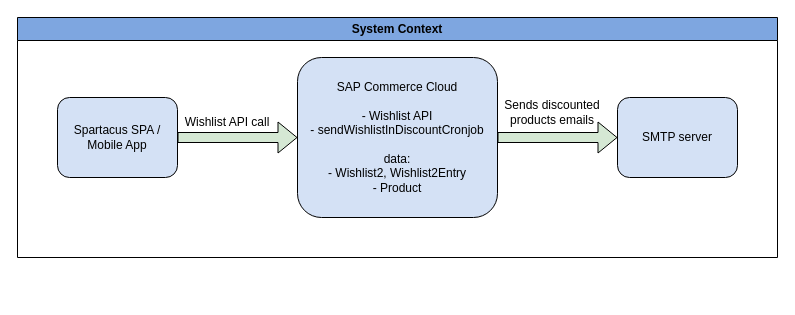
Above: graphs/baseline_conceptual_view.drawio in d-figuccia/draw-io (draw.io), before the change. Source tidied: cells renumbered, new cells numbered last; positions are measured from the earlier drawing's top-left corner, leaving out a move shared by most shapes. Both pictures are drawn from the tidied source at 100%, with x=0, y=0 at pixel (17, 17).
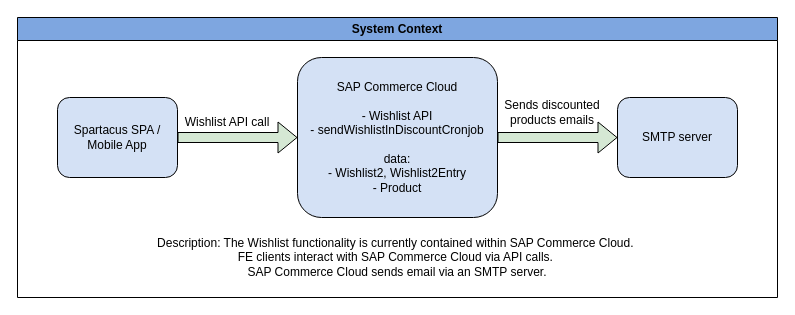
Above is the later version.

Change to the diagram source:
```diff
@@
 <mxGraphModel>
   <root>
     <mxCell id="0" />
     <mxCell id="1" parent="0" />
     <mxCell id="2" value="System Context" style="swimlane;whiteSpace=wrap;html=1;fillColor=#7EA6E0;" parent="1" vertex="1">
-      <mxGeometry width="760" height="240" as="geometry" />
+      <mxGeometry width="760" height="280" as="geometry" />
     </mxCell>
     <mxCell id="3" value="Spartacus SPA / Mobile App" style="rounded=1;whiteSpace=wrap;html=1;fillColor=#D4E1F5;" parent="2" vertex="1">
       <mxGeometry x="40" y="80" width="120" height="80" as="geometry" />
     </mxCell>
     <mxCell id="4" value="SAP Commerce Cloud&lt;div&gt;&lt;br&gt;&lt;/div&gt;&lt;div&gt;- Wishlist API&lt;/div&gt;&lt;div&gt;- sendWishlistInDiscountCronjob&lt;/div&gt;&lt;div&gt;&lt;br&gt;&lt;/div&gt;&lt;div&gt;data:&lt;/div&gt;&lt;div&gt;- Wishlist2, Wishlist2Entry&lt;/div&gt;&lt;div&gt;- Product&lt;/div&gt;" style="rounded=1;whiteSpace=wrap;html=1;fillColor=#D4E1F5;" parent="2" vertex="1">
       <mxGeometry x="280" y="40" width="200" height="160" as="geometry" />
     </mxCell>
     <mxCell id="5" value="SMTP server" style="rounded=1;whiteSpace=wrap;html=1;fillColor=#D4E1F5;" parent="2" vertex="1">
       <mxGeometry x="600" y="80" width="120" height="80" as="geometry" />
     </mxCell>
     <mxCell id="6" style="shape=flexArrow;endArrow=classic;html=1;rounded=0;exitX=1;exitY=0.5;exitDx=0;exitDy=0;entryX=0;entryY=0.5;entryDx=0;entryDy=0;fillColor=#D5E8D4;" parent="2" edge="1" source="3" target="4">
       <mxGeometry relative="1" as="geometry" />
     </mxCell>
     <mxCell id="7" style="shape=flexArrow;endArrow=classic;html=1;rounded=0;exitX=1;exitY=0.5;exitDx=0;exitDy=0;entryX=0;entryY=0.5;entryDx=0;entryDy=0;fillColor=#D5E8D4;" parent="2" edge="1" source="4" target="5">
       <mxGeometry relative="1" as="geometry" />
     </mxCell>
     <mxCell id="8" value="Wishlist API call" style="text;html=1;align=center;verticalAlign=middle;whiteSpace=wrap;rounded=0;" parent="2" vertex="1">
       <mxGeometry x="160" y="90" width="100" height="30" as="geometry" />
     </mxCell>
     <mxCell id="9" value="Sends discounted&lt;div&gt;&lt;span style=&quot;background-color: transparent; color: light-dark(rgb(0, 0, 0), rgb(255, 255, 255));&quot;&gt;products emails&lt;/span&gt;&lt;/div&gt;" style="text;html=1;align=center;verticalAlign=middle;whiteSpace=wrap;rounded=0;" parent="2" vertex="1">
       <mxGeometry x="480" y="80" width="110" height="30" as="geometry" />
     </mxCell>
+    <mxCell id="10" value="Description: The Wishlist functionality is currently contained within SAP Commerce Cloud.&amp;nbsp;&lt;div&gt;FE clients interact with SAP Commerce Cloud via API calls.&amp;nbsp;&lt;div&gt;SAP Commerce Cloud sends email via an SMTP server.&lt;/div&gt;&lt;/div&gt;" style="text;html=1;align=center;verticalAlign=middle;whiteSpace=wrap;rounded=0;" parent="2" vertex="1">
+      <mxGeometry x="40" y="220" width="680" height="40" as="geometry" />
+    </mxCell>
   </root>
 </mxGraphModel>
```
